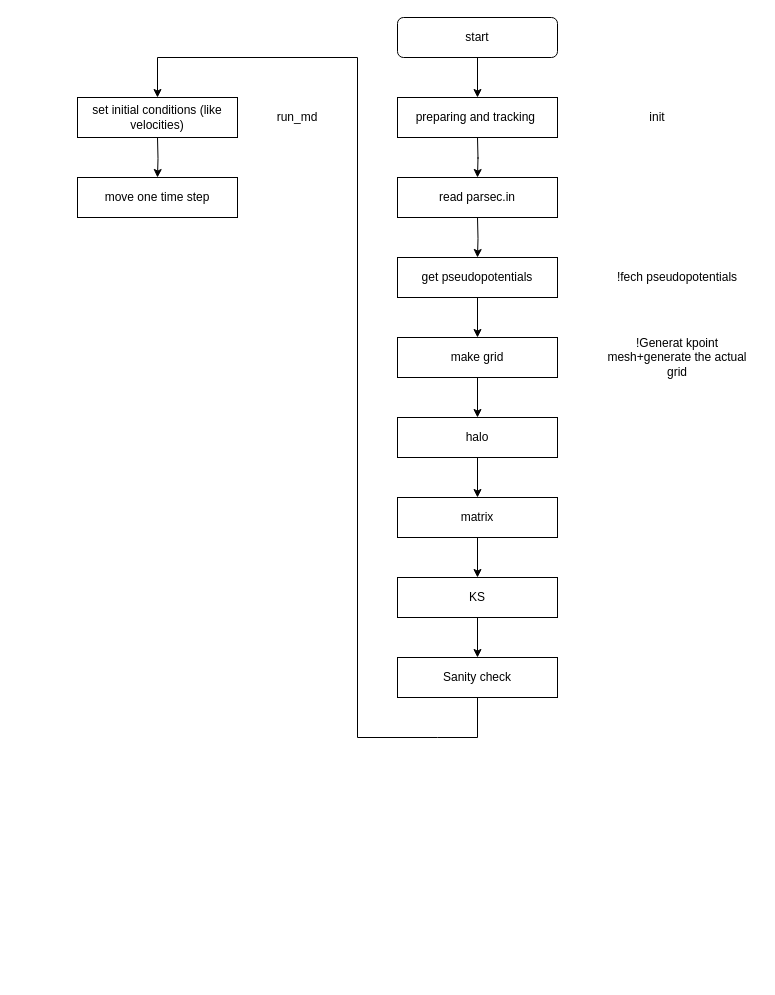
This is start_BOMD-KS.drawio from MorYagueldeLame/flowchart_BOMD, a draw.io file, before an edit. Source tidied: cells renumbered, new cells numbered last; positions are measured from the earlier drawing's top-left corner, leaving out a move shared by most shapes. Both pictures are drawn from the tidied source at 100%, with x=0, y=0 at pixel (77, 17).
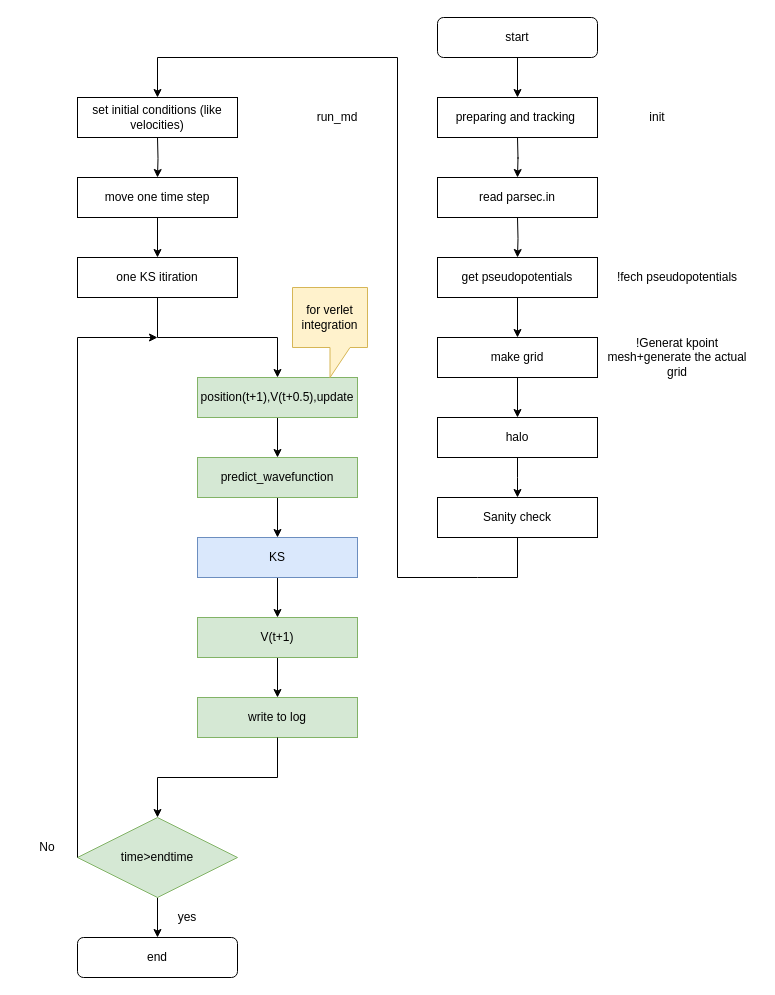
Above is the later version.

The change refers to these unchanged cells:
```xml
<mxCell id="25" value="move one time step" style="whiteSpace=wrap;html=1;" parent="1" vertex="1">
  <mxGeometry y="160" width="160" height="40" as="geometry" />
</mxCell>
<mxCell id="26" value="set initial conditions (like velocities)" style="rounded=0;whiteSpace=wrap;html=1;" parent="1" vertex="1">
  <mxGeometry y="80" width="160" height="40" as="geometry" />
</mxCell>
```

Diff of the diagram source:
```diff
@@
     <mxCell id="3" value="start" style="rounded=1;whiteSpace=wrap;html=1;" parent="1" vertex="1">
-      <mxGeometry x="320" width="160" height="40" as="geometry" />
+      <mxGeometry x="360" width="160" height="40" as="geometry" />
     </mxCell>
     <mxCell id="4" style="edgeStyle=orthogonalEdgeStyle;rounded=0;orthogonalLoop=1;jettySize=auto;html=1;" parent="1" edge="1">
       <mxGeometry relative="1" as="geometry">
-        <mxPoint x="400" y="120" as="sourcePoint" />
-        <mxPoint x="400" y="160" as="targetPoint" />
+        <mxPoint x="440" y="120" as="sourcePoint" />
+        <mxPoint x="440" y="160" as="targetPoint" />
       </mxGeometry>
     </mxCell>
     <mxCell id="5" value="preparing and tracking&amp;nbsp;" style="rounded=0;whiteSpace=wrap;html=1;" parent="1" vertex="1">
-      <mxGeometry x="320" y="80" width="160" height="40" as="geometry" />
+      <mxGeometry x="360" y="80" width="160" height="40" as="geometry" />
     </mxCell>
@@
     <mxCell id="8" style="edgeStyle=orthogonalEdgeStyle;rounded=0;jettySize=auto;html=1;" parent="1" edge="1" target="10">
       <mxGeometry relative="1" as="geometry">
-        <mxPoint x="400" y="200" as="sourcePoint" />
+        <mxPoint x="440" y="200" as="sourcePoint" />
       </mxGeometry>
     </mxCell>
@@
     <mxCell id="10" value="get pseudopotentials" style="whiteSpace=wrap;html=1;" parent="1" vertex="1">
-      <mxGeometry x="320" y="240" width="160" height="40" as="geometry" />
+      <mxGeometry x="360" y="240" width="160" height="40" as="geometry" />
     </mxCell>
     <mxCell id="11" value="read parsec.in" style="rounded=0;whiteSpace=wrap;html=1;" parent="1" vertex="1">
-      <mxGeometry x="320" y="160" width="160" height="40" as="geometry" />
+      <mxGeometry x="360" y="160" width="160" height="40" as="geometry" />
     </mxCell>
@@
     <mxCell id="13" value="make grid" style="whiteSpace=wrap;html=1;" parent="1" vertex="1">
-      <mxGeometry x="320" y="320" width="160" height="40" as="geometry" />
+      <mxGeometry x="360" y="320" width="160" height="40" as="geometry" />
     </mxCell>
@@
-    <mxCell id="15" style="edgeStyle=orthogonalEdgeStyle;rounded=0;jettySize=auto;html=1;" parent="1" edge="1" source="16" target="18">
-      <mxGeometry relative="1" as="geometry" />
+    <mxCell id="15" style="edgeStyle=orthogonalEdgeStyle;rounded=0;jettySize=auto;html=1;" parent="1" edge="1" source="16">
+      <mxGeometry relative="1" as="geometry">
+        <mxPoint x="440" y="480" as="targetPoint" />
+      </mxGeometry>
     </mxCell>
     <mxCell id="16" value="halo" style="whiteSpace=wrap;html=1;" parent="1" vertex="1">
-      <mxGeometry x="320" y="400" width="160" height="40" as="geometry" />
+      <mxGeometry x="360" y="400" width="160" height="40" as="geometry" />
     </mxCell>
-    <mxCell id="17" style="edgeStyle=orthogonalEdgeStyle;rounded=0;jettySize=auto;html=1;" parent="1" edge="1" source="18" target="20">
-      <mxGeometry relative="1" as="geometry" />
-    </mxCell>
-    <mxCell id="18" value="matrix" style="whiteSpace=wrap;html=1;" parent="1" vertex="1">
-      <mxGeometry x="320" y="480" width="160" height="40" as="geometry" />
-    </mxCell>
-    <mxCell id="19" style="edgeStyle=orthogonalEdgeStyle;rounded=0;jettySize=auto;html=1;" parent="1" edge="1" source="20" target="21">
-      <mxGeometry relative="1" as="geometry" />
-    </mxCell>
-    <mxCell id="20" value="KS" style="whiteSpace=wrap;html=1;" parent="1" vertex="1">
-      <mxGeometry x="320" y="560" width="160" height="40" as="geometry" />
-    </mxCell>
     <mxCell id="21" value="Sanity check" style="whiteSpace=wrap;html=1;" parent="1" vertex="1">
-      <mxGeometry x="320" y="640" width="160" height="40" as="geometry" />
+      <mxGeometry x="360" y="480" width="160" height="40" as="geometry" />
     </mxCell>
-    <mxCell id="22" style="endArrow=classic;html=1;rounded=0;exitX=0.5;exitY=1;exitDx=0;exitDy=0;" parent="1" edge="1" source="21">
+    <mxCell id="22" style="endArrow=classic;html=1;rounded=0;exitX=0.5;exitY=1;exitDx=0;exitDy=0;entryX=0.5;entryY=0;entryDx=0;entryDy=0;" parent="1" edge="1" source="21" target="26">
       <mxGeometry relative="1" as="geometry">
-        <mxPoint x="80" y="80" as="targetPoint" />
         <Array as="points">
-          <mxPoint x="400" y="720" />
-          <mxPoint x="360" y="720" />
-          <mxPoint x="280" y="720" />
-          <mxPoint x="280" y="40" />
+          <mxPoint x="440" y="560" />
+          <mxPoint x="400" y="560" />
+          <mxPoint x="320" y="560" />
+          <mxPoint x="320" y="40" />
           <mxPoint x="80" y="40" />
         </Array>
       </mxGeometry>
     </mxCell>
@@
     <mxCell id="24" value="run_md" style="text;html=1;strokeColor=none;fillColor=none;align=center;verticalAlign=middle;whiteSpace=wrap;rounded=0;" parent="1" vertex="1">
-      <mxGeometry x="160" y="80" width="120" height="40" as="geometry" />
+      <mxGeometry x="200" y="80" width="120" height="40" as="geometry" />
     </mxCell>
+    <mxCell id="27" style="edgeStyle=orthogonalEdgeStyle;rounded=0;jettySize=auto;html=1;" parent="1" edge="1" source="25" target="28">
+      <mxGeometry relative="1" as="geometry" />
+    </mxCell>
@@
+    <mxCell id="28" value="one KS itiration" style="whiteSpace=wrap;html=1;" parent="1" vertex="1">
+      <mxGeometry y="240" width="160" height="40" as="geometry" />
+    </mxCell>
+    <mxCell id="29" style="endArrow=classic;html=1;rounded=0;exitX=0.5;exitY=1;exitDx=0;exitDy=0;entryX=0.5;entryY=0;entryDx=0;entryDy=0;" parent="1" edge="1" source="28" target="31">
+      <mxGeometry relative="1" as="geometry">
+        <Array as="points">
+          <mxPoint x="80" y="320" />
+          <mxPoint x="200" y="320" />
+        </Array>
+      </mxGeometry>
+    </mxCell>
+    <mxCell id="30" style="edgeStyle=orthogonalEdgeStyle;rounded=0;jettySize=auto;html=1;" parent="1" edge="1" source="31" target="34">
+      <mxGeometry relative="1" as="geometry" />
+    </mxCell>
+    <mxCell id="31" value="position(t+1),V(t+0.5),update" style="whiteSpace=wrap;html=1;fillColor=#d5e8d4;strokeColor=#82b366;" parent="1" vertex="1">
+      <mxGeometry x="120" y="360" width="160" height="40" as="geometry" />
+    </mxCell>
+    <mxCell id="32" style="edgeStyle=orthogonalEdgeStyle;rounded=0;jettySize=auto;html=1;" parent="1" edge="1" source="20" target="37">
+      <mxGeometry relative="1" as="geometry" />
+    </mxCell>
+    <mxCell id="20" value="KS" style="whiteSpace=wrap;html=1;fillColor=#dae8fc;strokeColor=#6c8ebf;" parent="1" vertex="1">
+      <mxGeometry x="120" y="520" width="160" height="40" as="geometry" />
+    </mxCell>
+    <mxCell id="33" style="edgeStyle=orthogonalEdgeStyle;rounded=0;jettySize=auto;html=1;" parent="1" edge="1" source="34" target="20">
+      <mxGeometry relative="1" as="geometry" />
+    </mxCell>
+    <mxCell id="34" value="predict_wavefunction" style="whiteSpace=wrap;html=1;fillColor=#d5e8d4;strokeColor=#82b366;" parent="1" vertex="1">
+      <mxGeometry x="120" y="440" width="160" height="40" as="geometry" />
+    </mxCell>
+    <mxCell id="35" value="for verlet integration" style="shape=callout;whiteSpace=wrap;html=1;perimeter=calloutPerimeter;fillColor=#fff2cc;strokeColor=#d6b656;" parent="1" vertex="1">
+      <mxGeometry x="215" y="270" width="75" height="90" as="geometry" />
+    </mxCell>
+    <mxCell id="36" style="edgeStyle=orthogonalEdgeStyle;rounded=0;jettySize=auto;html=1;" parent="1" edge="1" source="37" target="38">
+      <mxGeometry relative="1" as="geometry" />
+    </mxCell>
+    <mxCell id="37" value="V(t+1)" style="whiteSpace=wrap;html=1;fillColor=#d5e8d4;strokeColor=#82b366;" parent="1" vertex="1">
+      <mxGeometry x="120" y="600" width="160" height="40" as="geometry" />
+    </mxCell>
+    <mxCell id="38" value="write to log" style="whiteSpace=wrap;html=1;fillColor=#d5e8d4;strokeColor=#82b366;" parent="1" vertex="1">
+      <mxGeometry x="120" y="680" width="160" height="40" as="geometry" />
+    </mxCell>
+    <mxCell id="39" style="endArrow=classic;html=1;rounded=0;exitX=0.5;exitY=1;exitDx=0;exitDy=0;entryX=0.5;entryY=0;entryDx=0;entryDy=0;entryPerimeter=0;" parent="1" edge="1" source="38" target="41">
+      <mxGeometry relative="1" as="geometry">
+        <Array as="points">
+          <mxPoint x="200" y="760" />
+          <mxPoint x="80" y="760" />
+        </Array>
+      </mxGeometry>
+    </mxCell>
+    <mxCell id="40" style="edgeStyle=orthogonalEdgeStyle;rounded=0;jettySize=auto;html=1;" parent="1" edge="1" source="41" target="43">
+      <mxGeometry relative="1" as="geometry" />
+    </mxCell>
+    <mxCell id="41" value="time&amp;gt;endtime" style="rhombus;whiteSpace=wrap;html=1;fillColor=#d5e8d4;strokeColor=#82b366;" parent="1" vertex="1">
+      <mxGeometry y="800" width="160" height="80" as="geometry" />
+    </mxCell>
+    <mxCell id="42" style="endArrow=classic;html=1;rounded=0;exitX=0;exitY=0.5;exitDx=0;exitDy=0;" parent="1" edge="1" source="41">
+      <mxGeometry relative="1" as="geometry">
+        <mxPoint x="80" y="320" as="targetPoint" />
+        <Array as="points">
+          <mxPoint y="320" />
+        </Array>
+      </mxGeometry>
+    </mxCell>
+    <mxCell id="43" value="end" style="rounded=1;whiteSpace=wrap;html=1;" parent="1" vertex="1">
+      <mxGeometry y="920" width="160" height="40" as="geometry" />
+    </mxCell>
+    <mxCell id="44" value="No" style="text;html=1;strokeColor=none;fillColor=none;align=center;verticalAlign=middle;whiteSpace=wrap;rounded=0;" parent="1" vertex="1">
+      <mxGeometry x="-60" y="810" width="60" height="40" as="geometry" />
+    </mxCell>
+    <mxCell id="45" value="yes" style="text;html=1;strokeColor=none;fillColor=none;align=center;verticalAlign=middle;whiteSpace=wrap;rounded=0;" parent="1" vertex="1">
+      <mxGeometry x="80" y="880" width="60" height="40" as="geometry" />
+    </mxCell>
```
